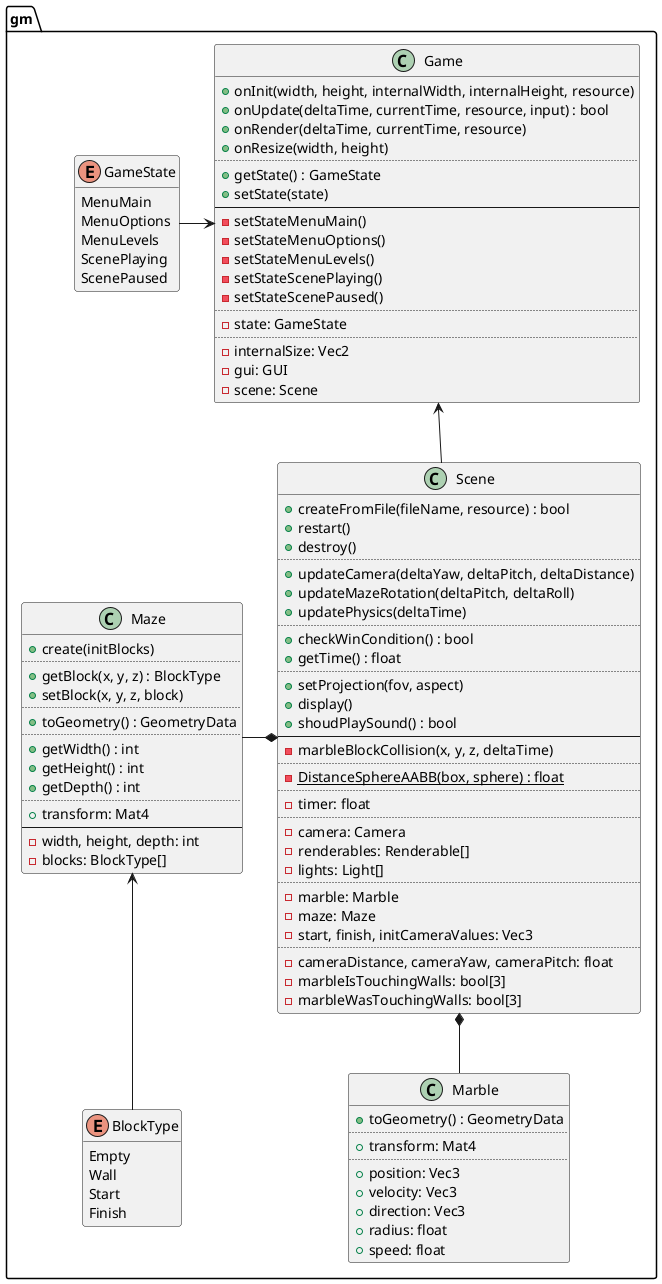
This is design/gm.png from ba6er/marblemaze, a PlantUML export, as it was before one commit.
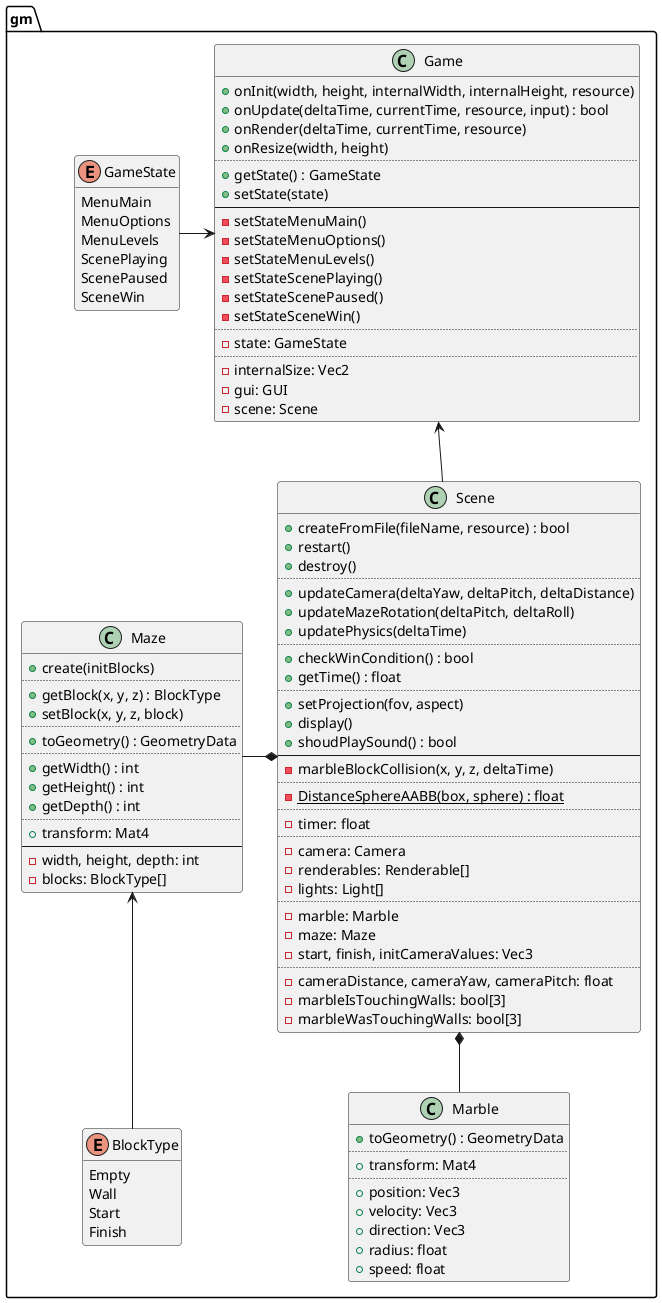
Later version of the same file.

Commit message:
Added SceneWin state

What changed in the source:
```diff
@@ -7,6 +7,7 @@
 	MenuLevels
 	ScenePlaying
 	ScenePaused
+	SceneWin
 }
 hide GameState methods
 
@@ -24,6 +25,7 @@
 	-setStateMenuLevels()
 	-setStateScenePlaying()
 	-setStateScenePaused()
+	-setStateSceneWin()
 	..
 	-state: GameState
 	..
```
